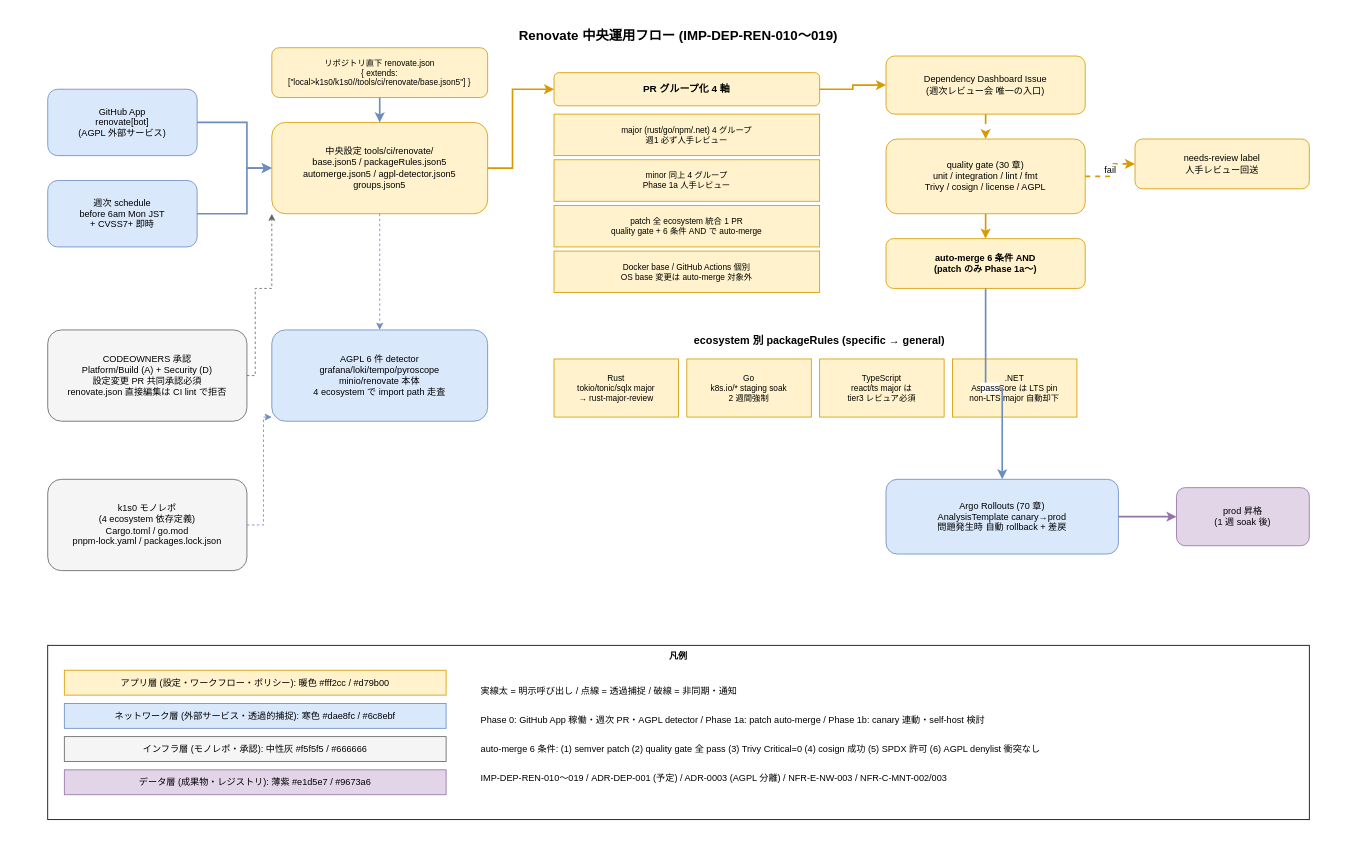
Before: docs/05_実装/40_依存管理設計/10_Renovate中央運用/img/10_Renovate中央運用フロー.drawio in RyuheiKiso/k1s0, a draw.io diagram. Source tidied: cells renumbered, new cells numbered last; positions are measured from the earlier drawing's top-left corner, leaving out a move shared by most shapes. Both pictures are drawn from the tidied source at 83%, with x=0, y=0 at pixel (14, 14).
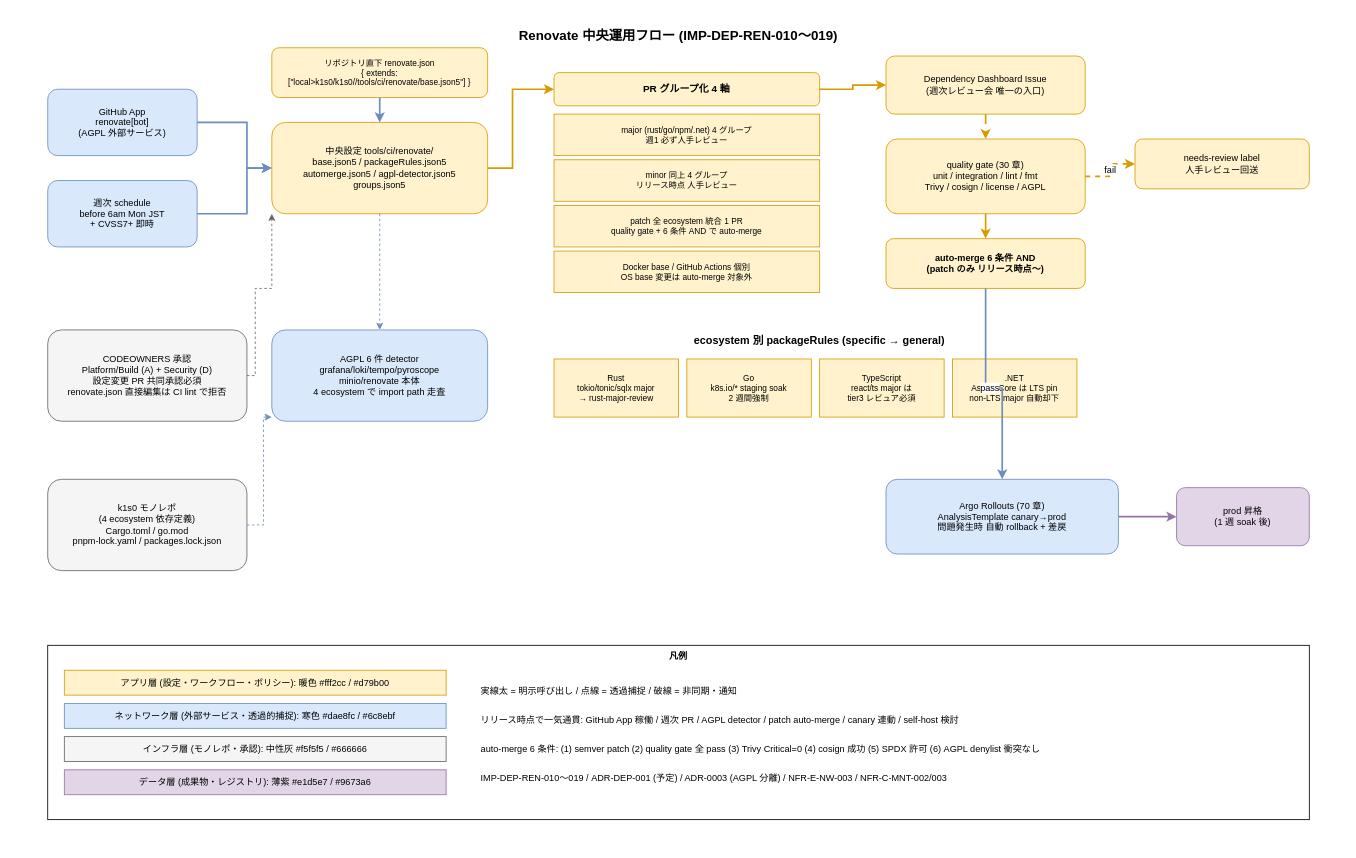
The same diagram, later.

The edit, as a diff of the source:
```diff
@@
-    <mxCell id="10" value="minor 同上 4 グループ&#10;Phase 1a 人手レビュー" style="rounded=0;whiteSpace=wrap;html=1;fillColor=#fff2cc;strokeColor=#d79b00;fontSize=10;" parent="1" vertex="1">
+    <mxCell id="10" value="minor 同上 4 グループ&#10;リリース時点 人手レビュー" style="rounded=0;whiteSpace=wrap;html=1;fillColor=#fff2cc;strokeColor=#d79b00;fontSize=10;" parent="1" vertex="1">
       <mxGeometry x="650" y="175" width="320" height="50" as="geometry" />
     </mxCell>
@@
-    <mxCell id="15" value="auto-merge 6 条件 AND&#10;(patch のみ Phase 1a〜)" style="rounded=1;whiteSpace=wrap;html=1;fillColor=#fff2cc;strokeColor=#d79b00;fontSize=11;fontStyle=1;" parent="1" vertex="1">
+    <mxCell id="15" value="auto-merge 6 条件 AND&#10;(patch のみ リリース時点〜)" style="rounded=1;whiteSpace=wrap;html=1;fillColor=#fff2cc;strokeColor=#d79b00;fontSize=11;fontStyle=1;" parent="1" vertex="1">
       <mxGeometry x="1050" y="270" width="240" height="60" as="geometry" />
     </mxCell>
@@
-    <mxCell id="33" value="Phase 0: GitHub App 稼働・週次 PR・AGPL detector / Phase 1a: patch auto-merge / Phase 1b: canary 連動・self-host 検討" style="text;html=1;strokeColor=none;fillColor=none;align=left;verticalAlign=middle;whiteSpace=wrap;rounded=0;fontSize=11;" parent="1" vertex="1">
+    <mxCell id="33" value="リリース時点で一気通貫: GitHub App 稼働 / 週次 PR / AGPL detector / patch auto-merge / canary 連動 / self-host 検討" style="text;html=1;strokeColor=none;fillColor=none;align=left;verticalAlign=middle;whiteSpace=wrap;rounded=0;fontSize=11;" parent="1" vertex="1">
       <mxGeometry x="560" y="835" width="980" height="30" as="geometry" />
     </mxCell>
```
